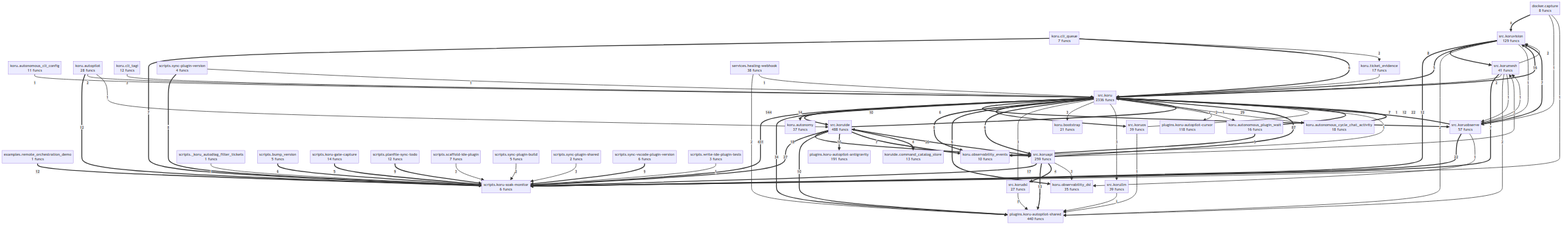
Earlier version of the Mermaid export project/compact_flow.png (semcod/koru). Its source is kept beside it as project/compact_flow.mmd. Its diagram source:
```mermaid
flowchart TD
    docker__capture["docker.capture<br/>8 funcs"]
    examples__remote_orchestration_demo["examples.remote_orchestration_demo<br/>1 funcs"]
    koru__autonomous_cli_config["koru.autonomous_cli_config<br/>11 funcs"]
    koru__autonomous_cycle_chat_activity["koru.autonomous_cycle_chat_activity<br/>18 funcs"]
    koru__autonomous_plugin_wait["koru.autonomous_plugin_wait<br/>16 funcs"]
    koru__autonomy["koru.autonomy<br/>37 funcs"]
    koru__autopilot["koru.autopilot<br/>28 funcs"]
    koru__bootstrap["koru.bootstrap<br/>21 funcs"]
    koru__cli_queue["koru.cli_queue<br/>7 funcs"]
    koru__cli_tagi["koru.cli_tagi<br/>12 funcs"]
    koru__observability_dsl["koru.observability_dsl<br/>35 funcs"]
    koru__observability_events["koru.observability_events<br/>10 funcs"]
    koru__ticket_evidence["koru.ticket_evidence<br/>17 funcs"]
    koruide__command_catalog_store["koruide.command_catalog_store<br/>13 funcs"]
    plugins__koru_autopilot_antigravity["plugins.koru-autopilot-antigravity<br/>191 funcs"]
    plugins__koru_autopilot_cursor["plugins.koru-autopilot-cursor<br/>118 funcs"]
    plugins__koru_autopilot_shared["plugins.koru-autopilot-shared<br/>440 funcs"]
    scripts___koru_autodiag_filter_tickets["scripts._koru_autodiag_filter_tickets<br/>1 funcs"]
    scripts__bump_version["scripts.bump_version<br/>5 funcs"]
    scripts__koru_gate_capture["scripts.koru-gate-capture<br/>14 funcs"]
    scripts__koru_soak_monitor["scripts.koru-soak-monitor<br/>6 funcs"]
    scripts__planfile_sync_todo["scripts.planfile-sync-todo<br/>12 funcs"]
    scripts__scaffold_ide_plugin["scripts.scaffold-ide-plugin<br/>7 funcs"]
    scripts__sync_plugin_build["scripts.sync-plugin-build<br/>5 funcs"]
    scripts__sync_plugin_shared["scripts.sync-plugin-shared<br/>2 funcs"]
    scripts__sync_plugin_version["scripts.sync-plugin-version<br/>4 funcs"]
    scripts__sync_vscode_plugin_version["scripts.sync-vscode-plugin-version<br/>6 funcs"]
    scripts__write_ide_plugin_tests["scripts.write-ide-plugin-tests<br/>3 funcs"]
    services__healing_webhook["services.healing-webhook<br/>38 funcs"]
    src__koru["src.koru<br/>2336 funcs"]
    src__koruapi["src.koruapi<br/>259 funcs"]
    src__korudsl["src.korudsl<br/>27 funcs"]
    src__koruide["src.koruide<br/>488 funcs"]
    src__korullm["src.korullm<br/>39 funcs"]
    src__korumesh["src.korumesh<br/>41 funcs"]
    src__koruobserve["src.koruobserve<br/>57 funcs"]
    src__koruos["src.koruos<br/>39 funcs"]
    src__koruvision["src.koruvision<br/>129 funcs"]
    src__koru ==>|431| scripts__koru_soak_monitor
    src__koru ==>|144| src__koruide
    src__koruapi ==>|87| src__koru
    src__koru ==>|34| plugins__koru_autopilot_shared
    src__koruide ==>|29| src__koru
    src__koruide ==>|27| scripts__koru_soak_monitor
    src__koruapi ==>|26| src__koruide
    src__koruobserve ==>|22| scripts__koru_soak_monitor
    koru__autonomous_cycle_chat_activity ==>|22| src__koru
    src__koruide ==>|18| src__koruapi
    src__koruapi ==>|17| scripts__koru_soak_monitor
    src__koru ==>|16| src__koruvision
    src__koru ==>|14| koru__autonomy
    src__koruapi ==>|13| plugins__koru_autopilot_shared
    examples__remote_orchestration_demo ==>|12| scripts__koru_soak_monitor
    src__koruvision ==>|12| scripts__koru_soak_monitor
    koru__autonomous_plugin_wait ==>|12| src__koru
    koru__autopilot ==>|12| scripts__koru_soak_monitor
    src__koruide ==>|10| plugins__koru_autopilot_shared
    src__koruide ==>|10| plugins__koru_autopilot_antigravity
    src__koru ==>|10| src__koruobserve
    scripts__planfile_sync_todo ==>|9| scripts__koru_soak_monitor
    scripts__sync_vscode_plugin_version ==>|9| scripts__koru_soak_monitor
    src__koruvision ==>|8| src__korumesh
    src__koru ==>|8| koru__observability_events
    scripts__sync_plugin_version ==>|8| scripts__koru_soak_monitor
    src__koruobserve ==>|7| src__koru
    src__koruobserve ==>|7| src__koruvision
    src__korumesh ==>|7| scripts__koru_soak_monitor
    src__koruide ==>|7| koru__observability_events
    koru__cli_queue ==>|7| scripts__koru_soak_monitor
    src__koru ==>|6| src__koruos
    src__koru ==>|6| koru__observability_dsl
    src__koru ==>|6| src__koruapi
    koru__cli_queue ==>|6| src__koru
    scripts__bump_version ==>|6| scripts__koru_soak_monitor
    src__koruvision ==>|5| src__koru
    koru__autonomous_plugin_wait ==>|5| koru__observability_events
    scripts__koru_gate_capture ==>|5| scripts__koru_soak_monitor
    src__koruapi ==>|4| src__korudsl
    src__koruide ==>|4| koruide__command_catalog_store
    docker__capture ==>|4| src__koruvision
    src__koruapi -->|3| src__korumesh
    src__koruapi -->|3| koru__observability_dsl
    src__koru -->|3| src__korudsl
    src__koru -->|3| koru__bootstrap
    src__koru -->|3| src__korullm
    koru__cli_tagi -->|3| src__koru
    scripts__sync_plugin_shared -->|3| scripts__koru_soak_monitor
    scripts__scaffold_ide_plugin -->|3| scripts__koru_soak_monitor
    services__healing_webhook -->|2| plugins__koru_autopilot_shared
    src__koruvision -->|2| plugins__koru_autopilot_shared
    src__korumesh -->|2| src__koru
    src__korumesh -->|2| src__koruvision
    src__korumesh -->|2| plugins__koru_autopilot_shared
    koru__cli_queue -->|2| koru__ticket_evidence
    koru__autopilot -->|2| src__koru
    scripts__sync_plugin_build -->|2| scripts__koru_soak_monitor
    src__koru -->|2| koru__autonomous_plugin_wait
    src__koru -->|2| koru__autonomous_cycle_chat_activity
    services__healing_webhook -->|1| src__koru
    src__koruobserve -->|1| src__korumesh
    src__koruobserve -->|1| koru__observability_dsl
    src__koruos -->|1| plugins__koru_autopilot_shared
    src__koruos -->|1| src__koru
    src__korudsl -->|1| plugins__koru_autopilot_shared
    src__korullm -->|1| plugins__koru_autopilot_shared
    src__koruvision -->|1| src__koruobserve
    src__korumesh -->|1| src__koruobserve
    src__koru -->|1| plugins__koru_autopilot_cursor
    koru__ticket_evidence -->|1| src__koru
    koru__autonomous_cli_config -->|1| src__koru
    koru__observability_events -->|1| src__koru
    koru__autopilot -->|1| src__koruide
    docker__capture -->|1| src__koruobserve
    docker__capture -->|1| scripts__koru_soak_monitor
    scripts__write_ide_plugin_tests -->|1| scripts__koru_soak_monitor
    scripts__sync_plugin_version -->|1| src__koru
    scripts___koru_autodiag_filter_tickets -->|1| scripts__koru_soak_monitor
```
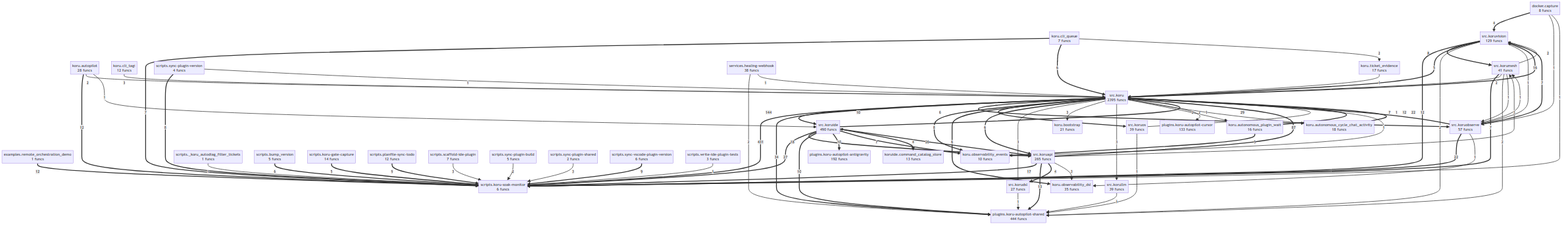
The same file after the commit.

What changed in the source:
```diff
@@ -1,10 +1,8 @@
 flowchart TD
     docker__capture["docker.capture<br/>8 funcs"]
     examples__remote_orchestration_demo["examples.remote_orchestration_demo<br/>1 funcs"]
-    koru__autonomous_cli_config["koru.autonomous_cli_config<br/>11 funcs"]
     koru__autonomous_cycle_chat_activity["koru.autonomous_cycle_chat_activity<br/>18 funcs"]
     koru__autonomous_plugin_wait["koru.autonomous_plugin_wait<br/>16 funcs"]
-    koru__autonomy["koru.autonomy<br/>37 funcs"]
     koru__autopilot["koru.autopilot<br/>28 funcs"]
     koru__bootstrap["koru.bootstrap<br/>21 funcs"]
     koru__cli_queue["koru.cli_queue<br/>7 funcs"]
@@ -13,9 +11,9 @@
     koru__observability_events["koru.observability_events<br/>10 funcs"]
     koru__ticket_evidence["koru.ticket_evidence<br/>17 funcs"]
     koruide__command_catalog_store["koruide.command_catalog_store<br/>13 funcs"]
-    plugins__koru_autopilot_antigravity["plugins.koru-autopilot-antigravity<br/>191 funcs"]
-    plugins__koru_autopilot_cursor["plugins.koru-autopilot-cursor<br/>118 funcs"]
-    plugins__koru_autopilot_shared["plugins.koru-autopilot-shared<br/>440 funcs"]
+    plugins__koru_autopilot_antigravity["plugins.koru-autopilot-antigravity<br/>192 funcs"]
+    plugins__koru_autopilot_cursor["plugins.koru-autopilot-cursor<br/>133 funcs"]
+    plugins__koru_autopilot_shared["plugins.koru-autopilot-shared<br/>444 funcs"]
     scripts___koru_autodiag_filter_tickets["scripts._koru_autodiag_filter_tickets<br/>1 funcs"]
     scripts__bump_version["scripts.bump_version<br/>5 funcs"]
     scripts__koru_gate_capture["scripts.koru-gate-capture<br/>14 funcs"]
@@ -28,10 +26,10 @@
     scripts__sync_vscode_plugin_version["scripts.sync-vscode-plugin-version<br/>6 funcs"]
     scripts__write_ide_plugin_tests["scripts.write-ide-plugin-tests<br/>3 funcs"]
     services__healing_webhook["services.healing-webhook<br/>38 funcs"]
-    src__koru["src.koru<br/>2336 funcs"]
-    src__koruapi["src.koruapi<br/>259 funcs"]
+    src__koru["src.koru<br/>2395 funcs"]
+    src__koruapi["src.koruapi<br/>265 funcs"]
     src__korudsl["src.korudsl<br/>27 funcs"]
-    src__koruide["src.koruide<br/>488 funcs"]
+    src__koruide["src.koruide<br/>490 funcs"]
     src__korullm["src.korullm<br/>39 funcs"]
     src__korumesh["src.korumesh<br/>41 funcs"]
     src__koruobserve["src.koruobserve<br/>57 funcs"]
@@ -49,7 +47,6 @@
     src__koruide ==>|18| src__koruapi
     src__koruapi ==>|17| scripts__koru_soak_monitor
     src__koru ==>|16| src__koruvision
-    src__koru ==>|14| koru__autonomy
     src__koruapi ==>|13| plugins__koru_autopilot_shared
     examples__remote_orchestration_demo ==>|12| scripts__koru_soak_monitor
     src__koruvision ==>|12| scripts__koru_soak_monitor
@@ -92,11 +89,11 @@
     src__korumesh -->|2| src__koru
     src__korumesh -->|2| src__koruvision
     src__korumesh -->|2| plugins__koru_autopilot_shared
+    src__koru -->|2| koru__autonomous_plugin_wait
     koru__cli_queue -->|2| koru__ticket_evidence
+    src__koru -->|2| koru__autonomous_cycle_chat_activity
     koru__autopilot -->|2| src__koru
     scripts__sync_plugin_build -->|2| scripts__koru_soak_monitor
-    src__koru -->|2| koru__autonomous_plugin_wait
-    src__koru -->|2| koru__autonomous_cycle_chat_activity
     services__healing_webhook -->|1| src__koru
     src__koruobserve -->|1| src__korumesh
     src__koruobserve -->|1| koru__observability_dsl
@@ -108,7 +105,6 @@
     src__korumesh -->|1| src__koruobserve
     src__koru -->|1| plugins__koru_autopilot_cursor
     koru__ticket_evidence -->|1| src__koru
-    koru__autonomous_cli_config -->|1| src__koru
     koru__observability_events -->|1| src__koru
     koru__autopilot -->|1| src__koruide
     docker__capture -->|1| src__koruobserve
```
